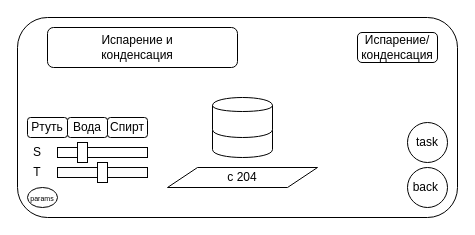
Before: reports/schemes/scenes/1_isparenie.drawio in Nekttuman/Thermodinamics, a draw.io diagram. Source tidied: cells renumbered, new cells numbered last; positions are measured from the earlier drawing's top-left corner, leaving out a move shared by most shapes. Both pictures are drawn from the tidied source at 100%, with x=0, y=0 at pixel (17, 17).
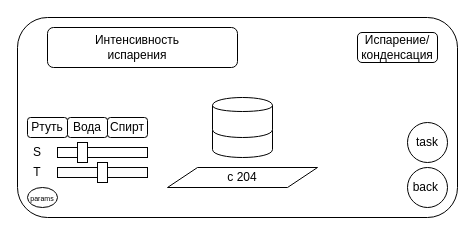
The same page after the edit.

Unchanged cells that the change refers to:
```xml
<mxCell id="3" style="group;" parent="1" vertex="1">
  <mxGeometry x="30" y="10" width="190" height="40" as="geometry" />
</mxCell>
```

Diff of the diagram source:
```diff
@@
-    <mxCell id="5" value="Испарение и конденсация" style="text;html=1;strokeColor=none;fillColor=none;align=center;verticalAlign=middle;whiteSpace=wrap;rounded=0;" parent="3" vertex="1">
+    <mxCell id="5" value="Интенсивность испарения" style="text;html=1;strokeColor=none;fillColor=none;align=center;verticalAlign=middle;whiteSpace=wrap;rounded=0;" parent="3" vertex="1">
       <mxGeometry x="20" y="10" width="140" height="20" as="geometry" />
     </mxCell>
```
